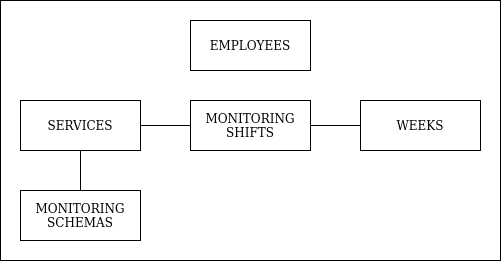
Before: public/diagram.png, a diagram exported from draw.io (matipacheco/maas-backend). Source tidied: cells renumbered, new cells last; positions are measured from the earlier drawing's top-left corner, leaving out a move shared by most shapes.
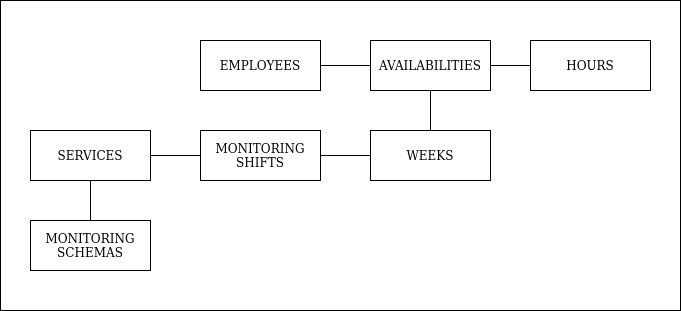
After the commit.

Diff of the diagram source:
```diff
@@ -3,10 +3,10 @@
     <mxCell id="0" />
     <mxCell id="1" parent="0" />
     <mxCell id="2" style="rounded=0;whiteSpace=wrap;html=1;" parent="1" vertex="1">
-      <mxGeometry width="500" height="260" as="geometry" />
+      <mxGeometry x="-10" y="-30" width="680" height="310" as="geometry" />
     </mxCell>
     <mxCell id="3" value="&lt;div&gt;EMPLOYEES&lt;/div&gt;" style="rounded=0;whiteSpace=wrap;html=1;" parent="1" vertex="1">
-      <mxGeometry x="190" y="20" width="120" height="50" as="geometry" />
+      <mxGeometry x="190" y="10" width="120" height="50" as="geometry" />
     </mxCell>
     <mxCell id="4" value="SERVICES" style="rounded=0;whiteSpace=wrap;html=1;" parent="1" vertex="1">
       <mxGeometry x="20" y="100" width="120" height="50" as="geometry" />
@@ -29,5 +29,20 @@
     <mxCell id="10" style="endArrow=none;html=1;exitX=1;exitY=0.5;exitDx=0;exitDy=0;entryX=0;entryY=0.5;entryDx=0;entryDy=0;" parent="1" edge="1" source="7" target="5">
       <mxGeometry relative="1" as="geometry" />
     </mxCell>
+    <mxCell id="11" value="AVAILABILITIES" style="rounded=0;whiteSpace=wrap;html=1;" parent="1" vertex="1">
+      <mxGeometry x="360" y="10" width="120" height="50" as="geometry" />
+    </mxCell>
+    <mxCell id="12" value="HOURS" style="rounded=0;whiteSpace=wrap;html=1;" parent="1" vertex="1">
+      <mxGeometry x="520" y="10" width="120" height="50" as="geometry" />
+    </mxCell>
+    <mxCell id="13" style="endArrow=none;html=1;entryX=0.5;entryY=1;entryDx=0;entryDy=0;exitX=0.5;exitY=0;exitDx=0;exitDy=0;" parent="1" edge="1" source="5" target="11">
+      <mxGeometry relative="1" as="geometry" />
+    </mxCell>
+    <mxCell id="14" style="endArrow=none;html=1;entryX=1;entryY=0.5;entryDx=0;entryDy=0;" parent="1" edge="1" source="11" target="3">
+      <mxGeometry relative="1" as="geometry" />
+    </mxCell>
+    <mxCell id="15" style="endArrow=none;html=1;entryX=0;entryY=0.5;entryDx=0;entryDy=0;exitX=1;exitY=0.5;exitDx=0;exitDy=0;" parent="1" edge="1" source="11" target="12">
+      <mxGeometry relative="1" as="geometry" />
+    </mxCell>
   </root>
 </mxGraphModel>
```
